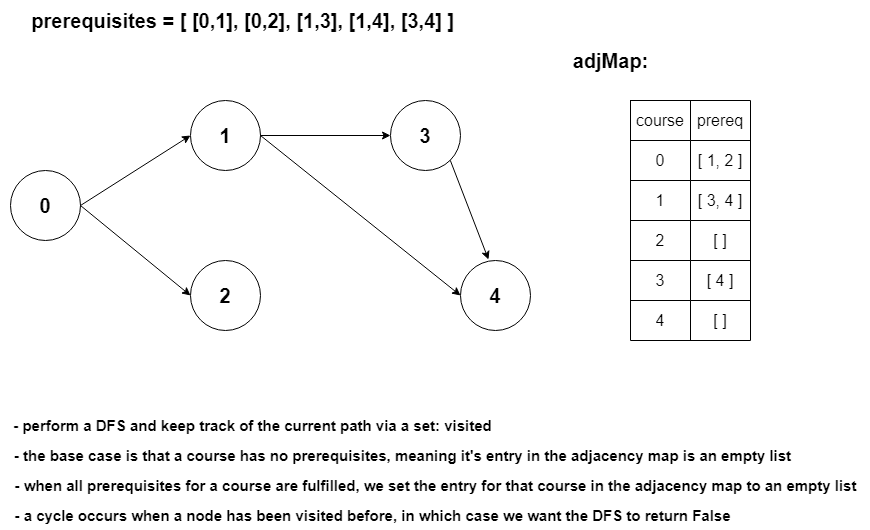
This is Python3/img/CourseSchedule.png from ashiven/leetcode-solutions, a draw.io export, as it was before one commit. Source tidied: cells renumbered, new cells last; positions are measured from the earlier drawing's top-left corner, leaving out a move shared by most shapes.
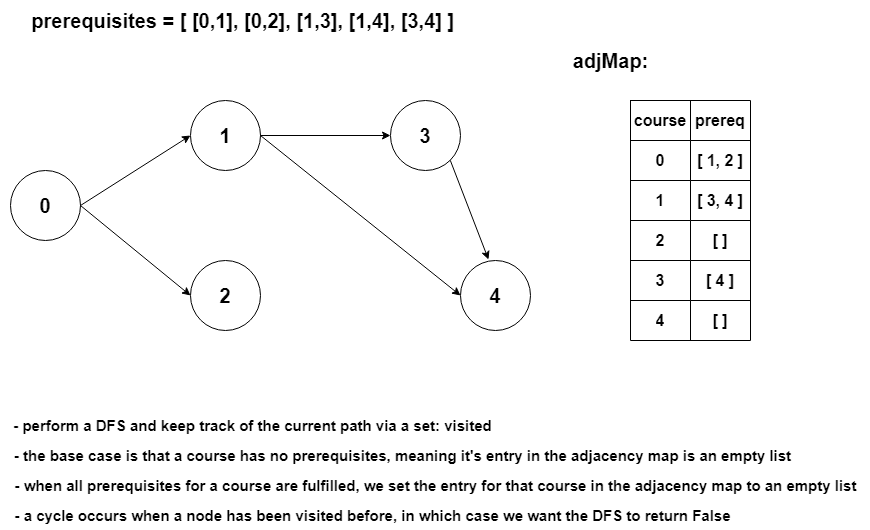
The same file after the commit.

Diff of the diagram source:
```diff
@@ -35,61 +35,61 @@
     <mxCell id="12" style="endArrow=classic;html=1;rounded=0;exitX=1;exitY=1;exitDx=0;exitDy=0;entryX=0.4;entryY=-0.014;entryDx=0;entryDy=0;entryPerimeter=0;" parent="1" edge="1" source="6" target="7">
       <mxGeometry relative="1" as="geometry" />
     </mxCell>
-    <mxCell id="13" style="shape=table;startSize=0;fontSize=16;fillColor=none;" parent="1" vertex="1">
+    <mxCell id="13" style="shape=table;startSize=0;fontSize=16;fillColor=none;fontStyle=1;" parent="1" vertex="1">
       <mxGeometry x="630" y="100" width="120" height="240" as="geometry" />
     </mxCell>
-    <mxCell id="14" style="shape=tableRow;horizontal=0;startSize=0;swimlaneHead=0;swimlaneBody=0;strokeColor=inherit;top=0;left=0;bottom=0;right=0;fillColor=none;fontSize=16;" parent="13" vertex="1">
+    <mxCell id="14" style="shape=tableRow;horizontal=0;startSize=0;swimlaneHead=0;swimlaneBody=0;strokeColor=inherit;top=0;left=0;bottom=0;right=0;fillColor=none;fontSize=16;fontStyle=1;" parent="13" vertex="1">
       <mxGeometry width="120" height="40" as="geometry" />
     </mxCell>
-    <mxCell id="15" value="course" style="shape=partialRectangle;html=1;whiteSpace=wrap;strokeColor=inherit;overflow=hidden;fillColor=none;top=0;left=0;bottom=0;right=0;fontSize=16;" parent="14" vertex="1">
+    <mxCell id="15" value="course" style="shape=partialRectangle;html=1;whiteSpace=wrap;strokeColor=inherit;overflow=hidden;fillColor=none;top=0;left=0;bottom=0;right=0;fontSize=16;fontStyle=1;" parent="14" vertex="1">
       <mxGeometry width="60" height="40" as="geometry" />
     </mxCell>
-    <mxCell id="16" value="prereq" style="shape=partialRectangle;html=1;whiteSpace=wrap;strokeColor=inherit;overflow=hidden;fillColor=none;top=0;left=0;bottom=0;right=0;fontSize=16;" parent="14" vertex="1">
+    <mxCell id="16" value="prereq" style="shape=partialRectangle;html=1;whiteSpace=wrap;strokeColor=inherit;overflow=hidden;fillColor=none;top=0;left=0;bottom=0;right=0;fontSize=16;fontStyle=1;" parent="14" vertex="1">
       <mxGeometry x="60" width="60" height="40" as="geometry" />
     </mxCell>
-    <mxCell id="17" style="shape=tableRow;horizontal=0;startSize=0;swimlaneHead=0;swimlaneBody=0;strokeColor=inherit;top=0;left=0;bottom=0;right=0;fillColor=none;fontSize=16;" parent="13" vertex="1">
+    <mxCell id="17" style="shape=tableRow;horizontal=0;startSize=0;swimlaneHead=0;swimlaneBody=0;strokeColor=inherit;top=0;left=0;bottom=0;right=0;fillColor=none;fontSize=16;fontStyle=1;" parent="13" vertex="1">
       <mxGeometry y="40" width="120" height="40" as="geometry" />
     </mxCell>
-    <mxCell id="18" value="0" style="shape=partialRectangle;html=1;whiteSpace=wrap;strokeColor=inherit;overflow=hidden;fillColor=none;top=0;left=0;bottom=0;right=0;fontSize=16;" parent="17" vertex="1">
+    <mxCell id="18" value="0" style="shape=partialRectangle;html=1;whiteSpace=wrap;strokeColor=inherit;overflow=hidden;fillColor=none;top=0;left=0;bottom=0;right=0;fontSize=16;fontStyle=1;" parent="17" vertex="1">
       <mxGeometry width="60" height="40" as="geometry" />
     </mxCell>
-    <mxCell id="19" value="[ 1, 2 ]" style="shape=partialRectangle;html=1;whiteSpace=wrap;strokeColor=inherit;overflow=hidden;fillColor=none;top=0;left=0;bottom=0;right=0;fontSize=16;" parent="17" vertex="1">
+    <mxCell id="19" value="[ 1, 2 ]" style="shape=partialRectangle;html=1;whiteSpace=wrap;strokeColor=inherit;overflow=hidden;fillColor=none;top=0;left=0;bottom=0;right=0;fontSize=16;fontStyle=1;" parent="17" vertex="1">
       <mxGeometry x="60" width="60" height="40" as="geometry" />
     </mxCell>
-    <mxCell id="20" style="shape=tableRow;horizontal=0;startSize=0;swimlaneHead=0;swimlaneBody=0;strokeColor=inherit;top=0;left=0;bottom=0;right=0;fillColor=none;fontSize=16;" parent="13" vertex="1">
+    <mxCell id="20" style="shape=tableRow;horizontal=0;startSize=0;swimlaneHead=0;swimlaneBody=0;strokeColor=inherit;top=0;left=0;bottom=0;right=0;fillColor=none;fontSize=16;fontStyle=1;" parent="13" vertex="1">
       <mxGeometry y="80" width="120" height="40" as="geometry" />
     </mxCell>
-    <mxCell id="21" value="1" style="shape=partialRectangle;html=1;whiteSpace=wrap;strokeColor=inherit;overflow=hidden;fillColor=none;top=0;left=0;bottom=0;right=0;fontSize=16;" parent="20" vertex="1">
+    <mxCell id="21" value="1" style="shape=partialRectangle;html=1;whiteSpace=wrap;strokeColor=inherit;overflow=hidden;fillColor=none;top=0;left=0;bottom=0;right=0;fontSize=16;fontStyle=1;" parent="20" vertex="1">
       <mxGeometry width="60" height="40" as="geometry" />
     </mxCell>
-    <mxCell id="22" value="[ 3, 4 ]" style="shape=partialRectangle;html=1;whiteSpace=wrap;strokeColor=inherit;overflow=hidden;fillColor=none;top=0;left=0;bottom=0;right=0;fontSize=16;" parent="20" vertex="1">
+    <mxCell id="22" value="[ 3, 4 ]" style="shape=partialRectangle;html=1;whiteSpace=wrap;strokeColor=inherit;overflow=hidden;fillColor=none;top=0;left=0;bottom=0;right=0;fontSize=16;fontStyle=1;" parent="20" vertex="1">
       <mxGeometry x="60" width="60" height="40" as="geometry" />
     </mxCell>
-    <mxCell id="23" style="shape=tableRow;horizontal=0;startSize=0;swimlaneHead=0;swimlaneBody=0;strokeColor=inherit;top=0;left=0;bottom=0;right=0;fillColor=none;fontSize=16;" parent="13" vertex="1">
+    <mxCell id="23" style="shape=tableRow;horizontal=0;startSize=0;swimlaneHead=0;swimlaneBody=0;strokeColor=inherit;top=0;left=0;bottom=0;right=0;fillColor=none;fontSize=16;fontStyle=1;" parent="13" vertex="1">
       <mxGeometry y="120" width="120" height="40" as="geometry" />
     </mxCell>
-    <mxCell id="24" value="2" style="shape=partialRectangle;html=1;whiteSpace=wrap;strokeColor=inherit;overflow=hidden;fillColor=none;top=0;left=0;bottom=0;right=0;fontSize=16;" parent="23" vertex="1">
+    <mxCell id="24" value="2" style="shape=partialRectangle;html=1;whiteSpace=wrap;strokeColor=inherit;overflow=hidden;fillColor=none;top=0;left=0;bottom=0;right=0;fontSize=16;fontStyle=1;" parent="23" vertex="1">
       <mxGeometry width="60" height="40" as="geometry" />
     </mxCell>
-    <mxCell id="25" value="[ ]" style="shape=partialRectangle;html=1;whiteSpace=wrap;strokeColor=inherit;overflow=hidden;fillColor=none;top=0;left=0;bottom=0;right=0;fontSize=16;" parent="23" vertex="1">
+    <mxCell id="25" value="[ ]" style="shape=partialRectangle;html=1;whiteSpace=wrap;strokeColor=inherit;overflow=hidden;fillColor=none;top=0;left=0;bottom=0;right=0;fontSize=16;fontStyle=1;" parent="23" vertex="1">
       <mxGeometry x="60" width="60" height="40" as="geometry" />
     </mxCell>
-    <mxCell id="26" style="shape=tableRow;horizontal=0;startSize=0;swimlaneHead=0;swimlaneBody=0;strokeColor=inherit;top=0;left=0;bottom=0;right=0;fillColor=none;fontSize=16;" parent="13" vertex="1">
+    <mxCell id="26" style="shape=tableRow;horizontal=0;startSize=0;swimlaneHead=0;swimlaneBody=0;strokeColor=inherit;top=0;left=0;bottom=0;right=0;fillColor=none;fontSize=16;fontStyle=1;" parent="13" vertex="1">
       <mxGeometry y="160" width="120" height="40" as="geometry" />
     </mxCell>
-    <mxCell id="27" value="3" style="shape=partialRectangle;html=1;whiteSpace=wrap;strokeColor=inherit;overflow=hidden;fillColor=none;top=0;left=0;bottom=0;right=0;fontSize=16;" parent="26" vertex="1">
+    <mxCell id="27" value="3" style="shape=partialRectangle;html=1;whiteSpace=wrap;strokeColor=inherit;overflow=hidden;fillColor=none;top=0;left=0;bottom=0;right=0;fontSize=16;fontStyle=1;" parent="26" vertex="1">
       <mxGeometry width="60" height="40" as="geometry" />
     </mxCell>
-    <mxCell id="28" value="[ 4 ]" style="shape=partialRectangle;html=1;whiteSpace=wrap;strokeColor=inherit;overflow=hidden;fillColor=none;top=0;left=0;bottom=0;right=0;fontSize=16;" parent="26" vertex="1">
+    <mxCell id="28" value="[ 4 ]" style="shape=partialRectangle;html=1;whiteSpace=wrap;strokeColor=inherit;overflow=hidden;fillColor=none;top=0;left=0;bottom=0;right=0;fontSize=16;fontStyle=1;" parent="26" vertex="1">
       <mxGeometry x="60" width="60" height="40" as="geometry" />
     </mxCell>
-    <mxCell id="29" style="shape=tableRow;horizontal=0;startSize=0;swimlaneHead=0;swimlaneBody=0;strokeColor=inherit;top=0;left=0;bottom=0;right=0;fillColor=none;fontSize=16;" parent="13" vertex="1">
+    <mxCell id="29" style="shape=tableRow;horizontal=0;startSize=0;swimlaneHead=0;swimlaneBody=0;strokeColor=inherit;top=0;left=0;bottom=0;right=0;fillColor=none;fontSize=16;fontStyle=1;" parent="13" vertex="1">
       <mxGeometry y="200" width="120" height="40" as="geometry" />
     </mxCell>
-    <mxCell id="30" value="4" style="shape=partialRectangle;html=1;whiteSpace=wrap;strokeColor=inherit;overflow=hidden;fillColor=none;top=0;left=0;bottom=0;right=0;fontSize=16;" parent="29" vertex="1">
+    <mxCell id="30" value="4" style="shape=partialRectangle;html=1;whiteSpace=wrap;strokeColor=inherit;overflow=hidden;fillColor=none;top=0;left=0;bottom=0;right=0;fontSize=16;fontStyle=1;" parent="29" vertex="1">
       <mxGeometry width="60" height="40" as="geometry" />
     </mxCell>
-    <mxCell id="31" value="[ ]" style="shape=partialRectangle;html=1;whiteSpace=wrap;strokeColor=inherit;overflow=hidden;fillColor=none;top=0;left=0;bottom=0;right=0;fontSize=16;" parent="29" vertex="1">
+    <mxCell id="31" value="[ ]" style="shape=partialRectangle;html=1;whiteSpace=wrap;strokeColor=inherit;overflow=hidden;fillColor=none;top=0;left=0;bottom=0;right=0;fontSize=16;fontStyle=1;" parent="29" vertex="1">
       <mxGeometry x="60" width="60" height="40" as="geometry" />
     </mxCell>
     <mxCell id="32" value="adjMap:" style="text;html=1;align=center;verticalAlign=middle;strokeColor=none;fillColor=none;fontSize=20;fontStyle=1;" parent="1" vertex="1">
```
